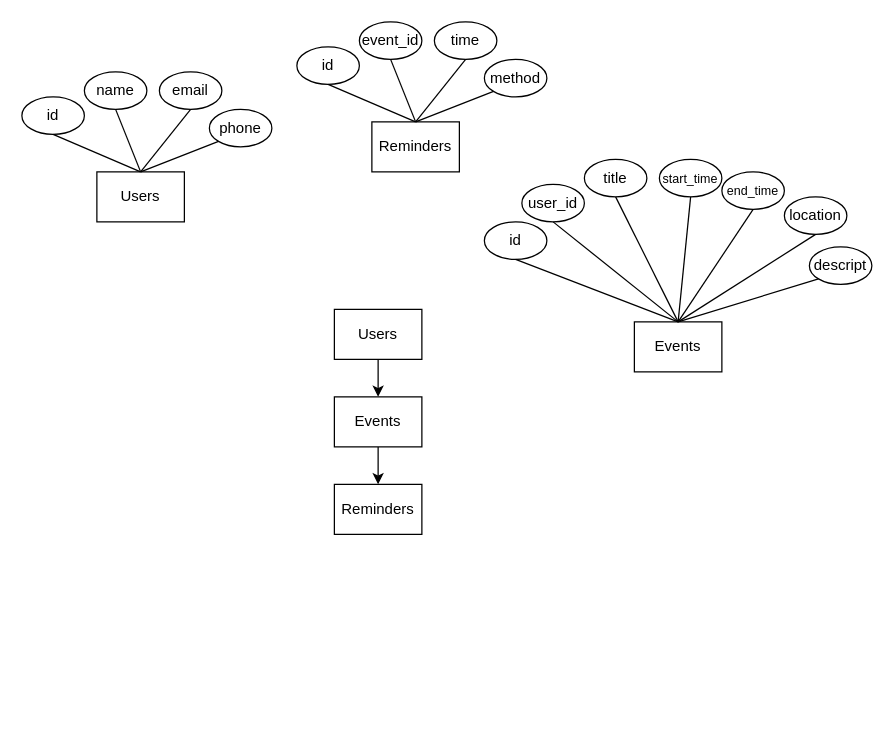
The draw.io diagram doc/实体关系.drawio in Lucawell/flaskSchedule-pepper-MVC, before the edit. Source tidied: cells renumbered, new cells numbered last; positions are measured from the earlier drawing's top-left corner, leaving out a move shared by most shapes. Both pictures are drawn from the tidied source at 125%, with x=0, y=0 at pixel (21, 21).
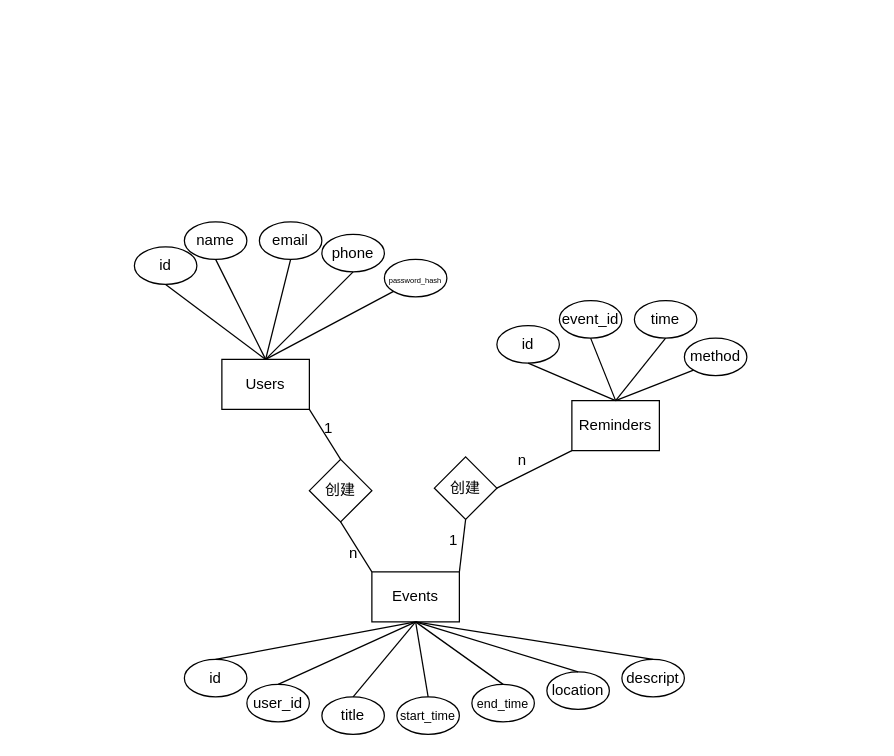
The same diagram, later.

What changed in the source:
```diff
@@
-    <mxCell id="2" value="Users" style="rounded=0;whiteSpace=wrap;html=1;" parent="1" vertex="1">
-      <mxGeometry x="60" y="120" width="70" height="40" as="geometry" />
-    </mxCell>
-    <mxCell id="3" value="id" style="ellipse;whiteSpace=wrap;html=1;" parent="1" vertex="1">
-      <mxGeometry y="60" width="50" height="30" as="geometry" />
-    </mxCell>
-    <mxCell id="4" value="name" style="ellipse;whiteSpace=wrap;html=1;" parent="1" vertex="1">
-      <mxGeometry x="50" y="40" width="50" height="30" as="geometry" />
-    </mxCell>
-    <mxCell id="5" value="email" style="ellipse;whiteSpace=wrap;html=1;" parent="1" vertex="1">
-      <mxGeometry x="110" y="40" width="50" height="30" as="geometry" />
-    </mxCell>
-    <mxCell id="6" value="phone" style="ellipse;whiteSpace=wrap;html=1;" parent="1" vertex="1">
-      <mxGeometry x="150" y="70" width="50" height="30" as="geometry" />
-    </mxCell>
-    <mxCell id="7" style="endArrow=none;html=1;rounded=0;exitX=0.5;exitY=0;exitDx=0;exitDy=0;entryX=0.5;entryY=1;entryDx=0;entryDy=0;" parent="1" edge="1" source="2" target="3">
-      <mxGeometry relative="1" as="geometry" />
-    </mxCell>
-    <mxCell id="8" style="endArrow=none;html=1;rounded=0;exitX=0.5;exitY=0;exitDx=0;exitDy=0;entryX=0.5;entryY=1;entryDx=0;entryDy=0;" parent="1" edge="1" source="2" target="4">
-      <mxGeometry relative="1" as="geometry" />
-    </mxCell>
-    <mxCell id="9" style="endArrow=none;html=1;rounded=0;exitX=0.5;exitY=0;exitDx=0;exitDy=0;entryX=0.5;entryY=1;entryDx=0;entryDy=0;" parent="1" edge="1" source="2" target="5">
-      <mxGeometry relative="1" as="geometry" />
-    </mxCell>
-    <mxCell id="10" style="endArrow=none;html=1;rounded=0;exitX=0;exitY=1;exitDx=0;exitDy=0;entryX=0.5;entryY=0;entryDx=0;entryDy=0;" parent="1" edge="1" source="6" target="2">
-      <mxGeometry relative="1" as="geometry" />
-    </mxCell>
     <mxCell id="11" value="Events" style="rounded=0;whiteSpace=wrap;html=1;" parent="1" vertex="1">
-      <mxGeometry x="490" y="240" width="70" height="40" as="geometry" />
+      <mxGeometry x="280" y="440" width="70" height="40" as="geometry" />
     </mxCell>
     <mxCell id="12" value="id" style="ellipse;whiteSpace=wrap;html=1;" parent="1" vertex="1">
-      <mxGeometry x="370" y="160" width="50" height="30" as="geometry" />
+      <mxGeometry x="130" y="510" width="50" height="30" as="geometry" />
     </mxCell>
     <mxCell id="13" value="user_id" style="ellipse;whiteSpace=wrap;html=1;" parent="1" vertex="1">
-      <mxGeometry x="400" y="130" width="50" height="30" as="geometry" />
+      <mxGeometry x="180" y="530" width="50" height="30" as="geometry" />
     </mxCell>
     <mxCell id="14" value="title" style="ellipse;whiteSpace=wrap;html=1;" parent="1" vertex="1">
-      <mxGeometry x="450" y="110" width="50" height="30" as="geometry" />
+      <mxGeometry x="240" y="540" width="50" height="30" as="geometry" />
     </mxCell>
     <mxCell id="15" value="&lt;font style=&quot;font-size: 10px;&quot;&gt;start_time&lt;/font&gt;" style="ellipse;whiteSpace=wrap;html=1;" parent="1" vertex="1">
-      <mxGeometry x="510" y="110" width="50" height="30" as="geometry" />
+      <mxGeometry x="300" y="540" width="50" height="30" as="geometry" />
     </mxCell>
-    <mxCell id="16" style="endArrow=none;html=1;rounded=0;exitX=0.5;exitY=0;exitDx=0;exitDy=0;entryX=0.5;entryY=1;entryDx=0;entryDy=0;" parent="1" edge="1" source="11" target="12">
+    <mxCell id="16" style="endArrow=none;html=1;rounded=0;exitX=0.5;exitY=1;exitDx=0;exitDy=0;entryX=0.5;entryY=0;entryDx=0;entryDy=0;" parent="1" edge="1" source="11" target="12">
       <mxGeometry relative="1" as="geometry" />
     </mxCell>
-    <mxCell id="17" style="endArrow=none;html=1;rounded=0;exitX=0.5;exitY=0;exitDx=0;exitDy=0;entryX=0.5;entryY=1;entryDx=0;entryDy=0;" parent="1" edge="1" source="11" target="13">
+    <mxCell id="17" style="endArrow=none;html=1;rounded=0;exitX=0.5;exitY=1;exitDx=0;exitDy=0;entryX=0.5;entryY=0;entryDx=0;entryDy=0;" parent="1" edge="1" source="11" target="13">
       <mxGeometry relative="1" as="geometry" />
     </mxCell>
-    <mxCell id="18" style="endArrow=none;html=1;rounded=0;exitX=0.5;exitY=0;exitDx=0;exitDy=0;entryX=0.5;entryY=1;entryDx=0;entryDy=0;" parent="1" edge="1" source="11" target="14">
+    <mxCell id="18" style="endArrow=none;html=1;rounded=0;exitX=0.5;exitY=1;exitDx=0;exitDy=0;entryX=0.5;entryY=0;entryDx=0;entryDy=0;" parent="1" edge="1" source="11" target="14">
       <mxGeometry relative="1" as="geometry" />
     </mxCell>
-    <mxCell id="19" style="endArrow=none;html=1;rounded=0;exitX=0.5;exitY=1;exitDx=0;exitDy=0;entryX=0.5;entryY=0;entryDx=0;entryDy=0;" parent="1" edge="1" source="15" target="11">
+    <mxCell id="19" style="endArrow=none;html=1;rounded=0;exitX=0.5;exitY=0;exitDx=0;exitDy=0;entryX=0.5;entryY=1;entryDx=0;entryDy=0;" parent="1" edge="1" source="15" target="11">
       <mxGeometry relative="1" as="geometry" />
     </mxCell>
     <mxCell id="20" value="&lt;font style=&quot;font-size: 10px;&quot;&gt;end_time&lt;/font&gt;" style="ellipse;whiteSpace=wrap;html=1;" parent="1" vertex="1">
-      <mxGeometry x="560" y="120" width="50" height="30" as="geometry" />
+      <mxGeometry x="360" y="530" width="50" height="30" as="geometry" />
     </mxCell>
     <mxCell id="21" value="location" style="ellipse;whiteSpace=wrap;html=1;" parent="1" vertex="1">
-      <mxGeometry x="610" y="140" width="50" height="30" as="geometry" />
+      <mxGeometry x="420" y="520" width="50" height="30" as="geometry" />
     </mxCell>
     <mxCell id="22" value="descript" style="ellipse;whiteSpace=wrap;html=1;" parent="1" vertex="1">
-      <mxGeometry x="630" y="180" width="50" height="30" as="geometry" />
+      <mxGeometry x="480" y="510" width="50" height="30" as="geometry" />
     </mxCell>
-    <mxCell id="23" style="endArrow=none;html=1;rounded=0;exitX=0.5;exitY=0;exitDx=0;exitDy=0;entryX=0.5;entryY=1;entryDx=0;entryDy=0;" parent="1" edge="1" source="11" target="20">
+    <mxCell id="23" style="endArrow=none;html=1;rounded=0;exitX=0.5;exitY=1;exitDx=0;exitDy=0;entryX=0.5;entryY=0;entryDx=0;entryDy=0;" parent="1" edge="1" source="11" target="20">
       <mxGeometry relative="1" as="geometry" />
     </mxCell>
-    <mxCell id="24" style="endArrow=none;html=1;rounded=0;exitX=0.5;exitY=0;exitDx=0;exitDy=0;entryX=0.5;entryY=1;entryDx=0;entryDy=0;" parent="1" edge="1" source="11" target="21">
+    <mxCell id="24" style="endArrow=none;html=1;rounded=0;exitX=0.5;exitY=1;exitDx=0;exitDy=0;entryX=0.5;entryY=0;entryDx=0;entryDy=0;" parent="1" edge="1" source="11" target="21">
       <mxGeometry relative="1" as="geometry" />
     </mxCell>
-    <mxCell id="25" style="endArrow=none;html=1;rounded=0;exitX=0;exitY=1;exitDx=0;exitDy=0;entryX=0.5;entryY=0;entryDx=0;entryDy=0;" parent="1" edge="1" source="22" target="11">
+    <mxCell id="25" style="endArrow=none;html=1;rounded=0;exitX=0.5;exitY=0;exitDx=0;exitDy=0;entryX=0.5;entryY=1;entryDx=0;entryDy=0;" parent="1" edge="1" source="22" target="11">
       <mxGeometry relative="1" as="geometry" />
     </mxCell>
     <mxCell id="26" value="Reminders" style="rounded=0;whiteSpace=wrap;html=1;" parent="1" vertex="1">
-      <mxGeometry x="280" y="80" width="70" height="40" as="geometry" />
+      <mxGeometry x="440" y="303" width="70" height="40" as="geometry" />
     </mxCell>
     <mxCell id="27" value="id" style="ellipse;whiteSpace=wrap;html=1;" parent="1" vertex="1">
-      <mxGeometry x="220" y="20" width="50" height="30" as="geometry" />
+      <mxGeometry x="380" y="243" width="50" height="30" as="geometry" />
     </mxCell>
     <mxCell id="28" value="event_id" style="ellipse;whiteSpace=wrap;html=1;" parent="1" vertex="1">
-      <mxGeometry x="270" width="50" height="30" as="geometry" />
+      <mxGeometry x="430" y="223" width="50" height="30" as="geometry" />
     </mxCell>
     <mxCell id="29" value="time" style="ellipse;whiteSpace=wrap;html=1;" parent="1" vertex="1">
-      <mxGeometry x="330" width="50" height="30" as="geometry" />
+      <mxGeometry x="490" y="223" width="50" height="30" as="geometry" />
     </mxCell>
     <mxCell id="30" value="method" style="ellipse;whiteSpace=wrap;html=1;" parent="1" vertex="1">
-      <mxGeometry x="370" y="30" width="50" height="30" as="geometry" />
+      <mxGeometry x="530" y="253" width="50" height="30" as="geometry" />
     </mxCell>
@@
-    <mxCell id="35" style="edgeStyle=orthogonalEdgeStyle;rounded=0;jettySize=auto;html=1;" parent="1" edge="1" source="36" target="39">
-      <mxGeometry relative="1" as="geometry" />
-    </mxCell>
-    <mxCell id="36" value="Users" style="rounded=0;whiteSpace=wrap;html=1;" parent="1" vertex="1">
-      <mxGeometry x="250" y="230" width="70" height="40" as="geometry" />
-    </mxCell>
-    <mxCell id="37" value="Reminders" style="rounded=0;whiteSpace=wrap;html=1;" parent="1" vertex="1">
-      <mxGeometry x="250" y="370" width="70" height="40" as="geometry" />
-    </mxCell>
-    <mxCell id="38" style="edgeStyle=orthogonalEdgeStyle;rounded=0;jettySize=auto;html=1;" parent="1" edge="1" source="39" target="37">
-      <mxGeometry relative="1" as="geometry" />
-    </mxCell>
-    <mxCell id="39" value="Events" style="rounded=0;whiteSpace=wrap;html=1;" parent="1" vertex="1">
-      <mxGeometry x="250" y="300" width="70" height="40" as="geometry" />
-    </mxCell>
+    <mxCell id="40" value="创建" style="rhombus;whiteSpace=wrap;html=1;" parent="1" vertex="1">
+      <mxGeometry x="230" y="350" width="50" height="50" as="geometry" />
+    </mxCell>
+    <mxCell id="41" style="endArrow=none;html=1;rounded=0;entryX=0.5;entryY=1;entryDx=0;entryDy=0;exitX=0;exitY=0;exitDx=0;exitDy=0;" parent="1" edge="1" source="11" target="40">
+      <mxGeometry relative="1" as="geometry" />
+    </mxCell>
+    <mxCell id="42" value="创建" style="rhombus;whiteSpace=wrap;html=1;" parent="1" vertex="1">
+      <mxGeometry x="330" y="348" width="50" height="50" as="geometry" />
+    </mxCell>
+    <mxCell id="43" style="endArrow=none;html=1;rounded=0;entryX=1;entryY=0;entryDx=0;entryDy=0;exitX=0.5;exitY=1;exitDx=0;exitDy=0;" parent="1" edge="1" source="42" target="11">
+      <mxGeometry relative="1" as="geometry" />
+    </mxCell>
+    <mxCell id="44" style="endArrow=none;html=1;rounded=0;entryX=1;entryY=0.5;entryDx=0;entryDy=0;exitX=0;exitY=1;exitDx=0;exitDy=0;" parent="1" edge="1" source="26" target="42">
+      <mxGeometry relative="1" as="geometry" />
+    </mxCell>
+    <mxCell id="45" value="n" style="text;html=1;align=center;verticalAlign=middle;strokeColor=none;fillColor=none;" parent="1" vertex="1">
+      <mxGeometry x="250" y="410" width="30" height="30" as="geometry" />
+    </mxCell>
+    <mxCell id="46" value="1" style="text;html=1;align=center;verticalAlign=middle;strokeColor=none;fillColor=none;" parent="1" vertex="1">
+      <mxGeometry x="330" y="400" width="30" height="30" as="geometry" />
+    </mxCell>
+    <mxCell id="47" value="n" style="text;html=1;align=center;verticalAlign=middle;strokeColor=none;fillColor=none;" parent="1" vertex="1">
+      <mxGeometry x="385" y="336" width="30" height="30" as="geometry" />
+    </mxCell>
+    <mxCell id="48" style="group;" parent="1" vertex="1">
+      <mxGeometry x="90" y="160" width="250" height="150" as="geometry" />
+    </mxCell>
+    <mxCell id="2" value="Users" style="rounded=0;whiteSpace=wrap;html=1;" parent="48" vertex="1">
+      <mxGeometry x="70" y="110" width="70" height="40" as="geometry" />
+    </mxCell>
+    <mxCell id="3" value="id" style="ellipse;whiteSpace=wrap;html=1;" parent="48" vertex="1">
+      <mxGeometry y="20" width="50" height="30" as="geometry" />
+    </mxCell>
+    <mxCell id="4" value="name" style="ellipse;whiteSpace=wrap;html=1;" parent="48" vertex="1">
+      <mxGeometry x="40" width="50" height="30" as="geometry" />
+    </mxCell>
+    <mxCell id="5" value="email" style="ellipse;whiteSpace=wrap;html=1;" parent="48" vertex="1">
+      <mxGeometry x="100" width="50" height="30" as="geometry" />
+    </mxCell>
+    <mxCell id="6" value="phone" style="ellipse;whiteSpace=wrap;html=1;" parent="48" vertex="1">
+      <mxGeometry x="150" y="10" width="50" height="30" as="geometry" />
+    </mxCell>
+    <mxCell id="7" style="endArrow=none;html=1;rounded=0;exitX=0.5;exitY=0;exitDx=0;exitDy=0;entryX=0.5;entryY=1;entryDx=0;entryDy=0;" parent="48" edge="1" source="2" target="3">
+      <mxGeometry relative="1" as="geometry" />
+    </mxCell>
+    <mxCell id="8" style="endArrow=none;html=1;rounded=0;exitX=0.5;exitY=0;exitDx=0;exitDy=0;entryX=0.5;entryY=1;entryDx=0;entryDy=0;" parent="48" edge="1" source="2" target="4">
+      <mxGeometry relative="1" as="geometry" />
+    </mxCell>
+    <mxCell id="9" style="endArrow=none;html=1;rounded=0;exitX=0.5;exitY=0;exitDx=0;exitDy=0;entryX=0.5;entryY=1;entryDx=0;entryDy=0;" parent="48" edge="1" source="2" target="5">
+      <mxGeometry relative="1" as="geometry" />
+    </mxCell>
+    <mxCell id="10" style="endArrow=none;html=1;rounded=0;exitX=0.5;exitY=1;exitDx=0;exitDy=0;entryX=0.5;entryY=0;entryDx=0;entryDy=0;" parent="48" edge="1" source="6" target="2">
+      <mxGeometry relative="1" as="geometry" />
+    </mxCell>
+    <mxCell id="49" value="&lt;font style=&quot;font-size: 6px;&quot;&gt;password_hash&lt;/font&gt;" style="ellipse;whiteSpace=wrap;html=1;" parent="48" vertex="1">
+      <mxGeometry x="200" y="30" width="50" height="30" as="geometry" />
+    </mxCell>
+    <mxCell id="50" style="endArrow=none;html=1;rounded=0;exitX=0;exitY=1;exitDx=0;exitDy=0;entryX=0.5;entryY=0;entryDx=0;entryDy=0;" parent="48" edge="1" source="49" target="2">
+      <mxGeometry relative="1" as="geometry" />
+    </mxCell>
+    <mxCell id="51" style="group;" parent="1" vertex="1">
+      <mxGeometry x="230" y="310" width="30" height="30" as="geometry" />
+    </mxCell>
+    <mxCell id="52" style="endArrow=none;html=1;rounded=0;entryX=1;entryY=1;entryDx=0;entryDy=0;exitX=0.5;exitY=0;exitDx=0;exitDy=0;" parent="51" edge="1" source="40" target="2">
+      <mxGeometry relative="1" as="geometry" />
+    </mxCell>
+    <mxCell id="53" value="1" style="text;html=1;align=center;verticalAlign=middle;strokeColor=none;fillColor=none;" parent="51" vertex="1">
+      <mxGeometry width="30" height="30" as="geometry" />
+    </mxCell>
```
